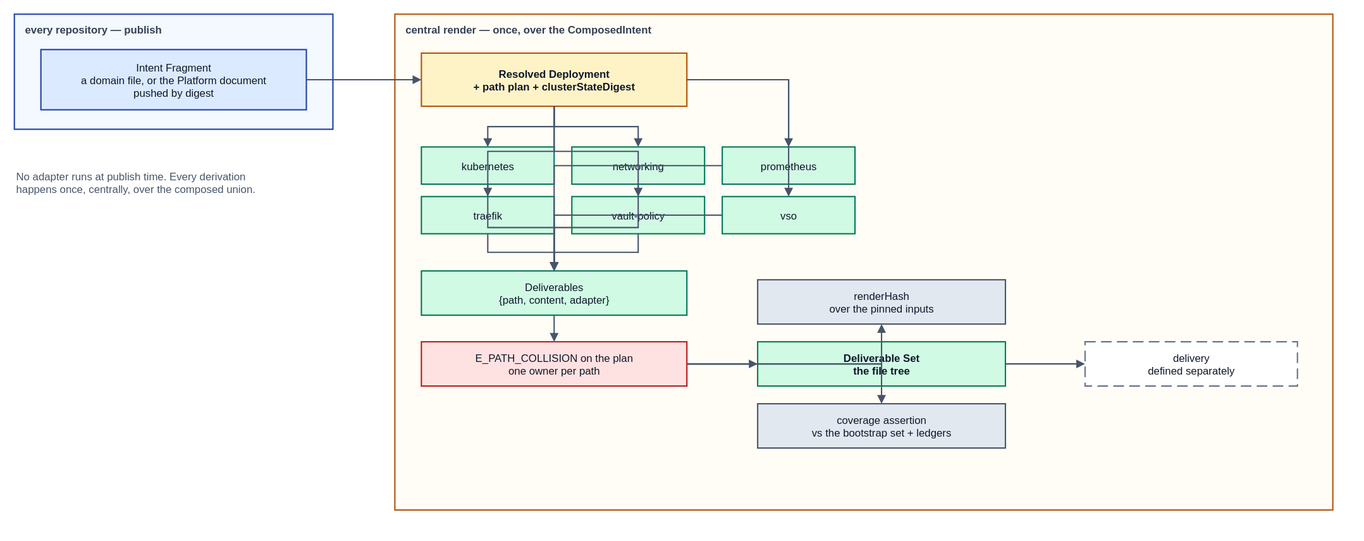
The draw.io diagram spec/v1/diagrams/30-render-pipeline.drawio.svg in JorisJonkers-dev/deploy-kit, before a commit. Source tidied: cells renumbered, new cells last; positions are measured from the earlier drawing's top-left corner, leaving out a move shared by most shapes.
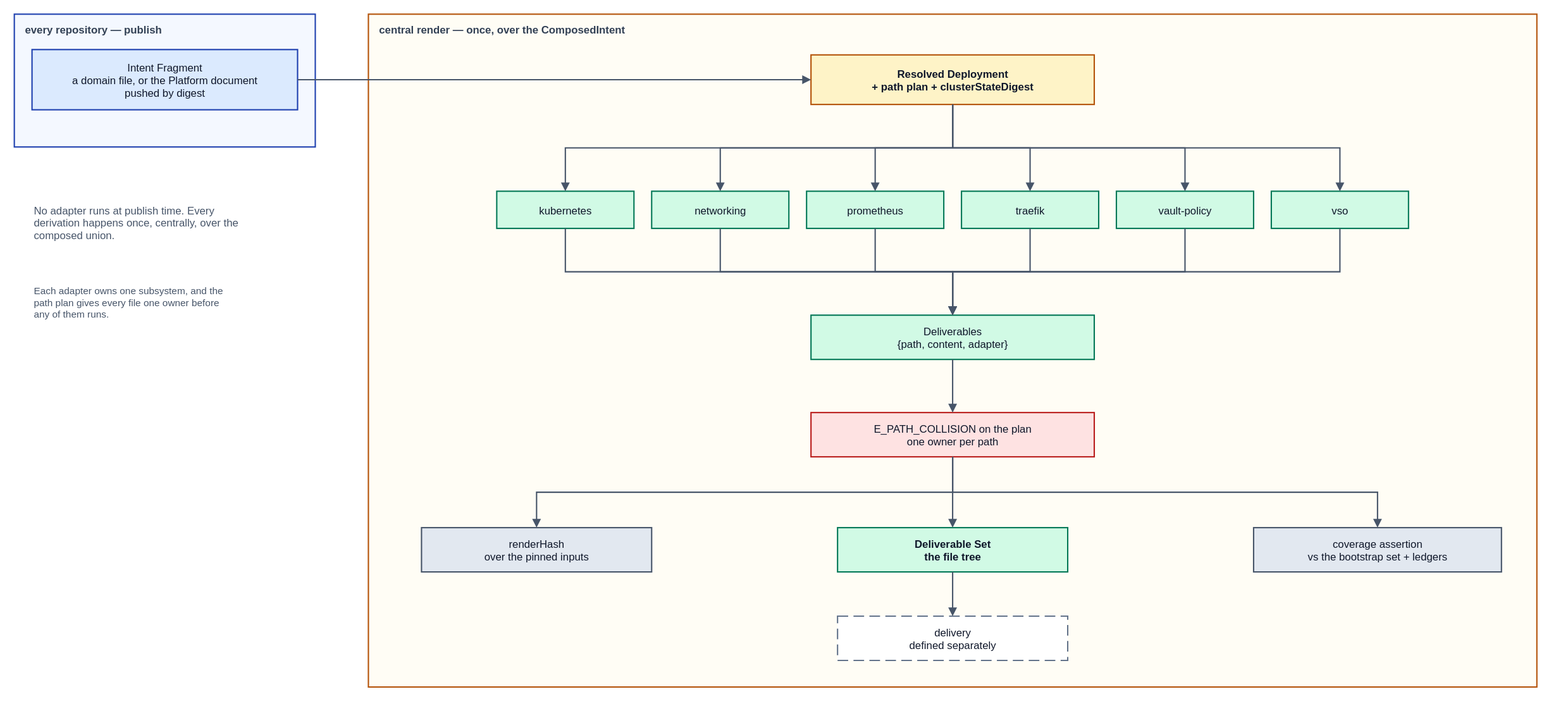
The same file after the commit.

The edit, as a diff of the source:
```diff
@@ -3,109 +3,112 @@
     <mxCell id="0" />
     <mxCell id="1" parent="0" />
     <mxCell id="2" value="every repository  —  publish" style="rounded=0;whiteSpace=nowrap;html=0;fillColor=#f4f8ff;strokeColor=#1e40af;strokeWidth=1.5;verticalAlign=top;align=left;spacingLeft=10;spacingTop=4;fontStyle=1;fontSize=12;fontFamily=Helvetica;fontColor=#334155;" parent="1" vertex="1">
-      <mxGeometry width="360" height="130" as="geometry" />
+      <mxGeometry width="340" height="150" as="geometry" />
     </mxCell>
+    <mxCell id="4" value="central render  —  once, over the ComposedIntent" style="rounded=0;whiteSpace=nowrap;html=0;fillColor=#fffdf5;strokeColor=#b45309;strokeWidth=1.5;verticalAlign=top;align=left;spacingLeft=10;spacingTop=4;fontStyle=1;fontSize=12;fontFamily=Helvetica;fontColor=#334155;" parent="1" vertex="1">
+      <mxGeometry x="400" width="1320" height="760" as="geometry" />
+    </mxCell>
     <mxCell id="3" value="Intent Fragment&#10;a domain file, or the Platform document&#10;pushed by digest" style="rounded=0;whiteSpace=nowrap;html=0;align=center;verticalAlign=middle;fillColor=#dbeafe;strokeColor=#1e40af;strokeWidth=1.5;fontFamily=Helvetica;fontSize=12;fontColor=#0f172a;" parent="1" vertex="1">
-      <mxGeometry x="30" y="40" width="300" height="68" as="geometry" />
+      <mxGeometry x="20" y="40" width="300" height="68" as="geometry" />
     </mxCell>
-    <mxCell id="4" value="central render  —  once, over the ComposedIntent" style="rounded=0;whiteSpace=nowrap;html=0;fillColor=#fffdf5;strokeColor=#b45309;strokeWidth=1.5;verticalAlign=top;align=left;spacingLeft=10;spacingTop=4;fontStyle=1;fontSize=12;fontFamily=Helvetica;fontColor=#334155;" parent="1" vertex="1">
-      <mxGeometry x="430" width="1060" height="560" as="geometry" />
-    </mxCell>
     <mxCell id="5" value="Resolved Deployment&#10;+ path plan + clusterStateDigest" style="rounded=0;whiteSpace=nowrap;html=0;align=center;verticalAlign=middle;fillColor=#fef3c7;strokeColor=#b45309;strokeWidth=1.5;fontFamily=Helvetica;fontSize=12;fontColor=#0f172a;fontStyle=1;" parent="1" vertex="1">
-      <mxGeometry x="460" y="44" width="300" height="60" as="geometry" />
+      <mxGeometry x="900" y="46" width="320" height="56" as="geometry" />
     </mxCell>
     <mxCell id="6" value="kubernetes" style="rounded=0;whiteSpace=nowrap;html=0;align=center;verticalAlign=middle;fillColor=#d1fae5;strokeColor=#047857;strokeWidth=1.5;fontFamily=Helvetica;fontSize=12;fontColor=#0f172a;" parent="1" vertex="1">
-      <mxGeometry x="460" y="150" width="150" height="42" as="geometry" />
+      <mxGeometry x="545" y="200" width="155" height="42" as="geometry" />
     </mxCell>
     <mxCell id="7" value="networking" style="rounded=0;whiteSpace=nowrap;html=0;align=center;verticalAlign=middle;fillColor=#d1fae5;strokeColor=#047857;strokeWidth=1.5;fontFamily=Helvetica;fontSize=12;fontColor=#0f172a;" parent="1" vertex="1">
-      <mxGeometry x="630" y="150" width="150" height="42" as="geometry" />
+      <mxGeometry x="720" y="200" width="155" height="42" as="geometry" />
     </mxCell>
     <mxCell id="8" value="prometheus" style="rounded=0;whiteSpace=nowrap;html=0;align=center;verticalAlign=middle;fillColor=#d1fae5;strokeColor=#047857;strokeWidth=1.5;fontFamily=Helvetica;fontSize=12;fontColor=#0f172a;" parent="1" vertex="1">
-      <mxGeometry x="800" y="150" width="150" height="42" as="geometry" />
+      <mxGeometry x="895" y="200" width="155" height="42" as="geometry" />
     </mxCell>
     <mxCell id="9" value="traefik" style="rounded=0;whiteSpace=nowrap;html=0;align=center;verticalAlign=middle;fillColor=#d1fae5;strokeColor=#047857;strokeWidth=1.5;fontFamily=Helvetica;fontSize=12;fontColor=#0f172a;" parent="1" vertex="1">
-      <mxGeometry x="460" y="206" width="150" height="42" as="geometry" />
+      <mxGeometry x="1070" y="200" width="155" height="42" as="geometry" />
     </mxCell>
     <mxCell id="10" value="vault-policy" style="rounded=0;whiteSpace=nowrap;html=0;align=center;verticalAlign=middle;fillColor=#d1fae5;strokeColor=#047857;strokeWidth=1.5;fontFamily=Helvetica;fontSize=12;fontColor=#0f172a;" parent="1" vertex="1">
-      <mxGeometry x="630" y="206" width="150" height="42" as="geometry" />
+      <mxGeometry x="1245" y="200" width="155" height="42" as="geometry" />
     </mxCell>
     <mxCell id="11" value="vso" style="rounded=0;whiteSpace=nowrap;html=0;align=center;verticalAlign=middle;fillColor=#d1fae5;strokeColor=#047857;strokeWidth=1.5;fontFamily=Helvetica;fontSize=12;fontColor=#0f172a;" parent="1" vertex="1">
-      <mxGeometry x="800" y="206" width="150" height="42" as="geometry" />
+      <mxGeometry x="1420" y="200" width="155" height="42" as="geometry" />
     </mxCell>
     <mxCell id="12" value="Deliverables&#10;{path, content, adapter}" style="rounded=0;whiteSpace=nowrap;html=0;align=center;verticalAlign=middle;fillColor=#d1fae5;strokeColor=#047857;strokeWidth=1.5;fontFamily=Helvetica;fontSize=12;fontColor=#0f172a;" parent="1" vertex="1">
-      <mxGeometry x="460" y="290" width="300" height="50" as="geometry" />
+      <mxGeometry x="900" y="340" width="320" height="50" as="geometry" />
     </mxCell>
     <mxCell id="13" value="E_PATH_COLLISION on the plan&#10;one owner per path" style="rounded=0;whiteSpace=nowrap;html=0;align=center;verticalAlign=middle;fillColor=#fee2e2;strokeColor=#b91c1c;strokeWidth=1.5;fontFamily=Helvetica;fontSize=12;fontColor=#0f172a;" parent="1" vertex="1">
-      <mxGeometry x="460" y="370" width="300" height="50" as="geometry" />
+      <mxGeometry x="900" y="450" width="320" height="50" as="geometry" />
     </mxCell>
     <mxCell id="14" value="renderHash&#10;over the pinned inputs" style="rounded=0;whiteSpace=nowrap;html=0;align=center;verticalAlign=middle;fillColor=#e2e8f0;strokeColor=#475569;strokeWidth=1.5;fontFamily=Helvetica;fontSize=12;fontColor=#0f172a;" parent="1" vertex="1">
-      <mxGeometry x="840" y="300" width="280" height="50" as="geometry" />
+      <mxGeometry x="460" y="580" width="260" height="50" as="geometry" />
     </mxCell>
     <mxCell id="15" value="Deliverable Set&#10;the file tree" style="rounded=0;whiteSpace=nowrap;html=0;align=center;verticalAlign=middle;fillColor=#d1fae5;strokeColor=#047857;strokeWidth=1.5;fontFamily=Helvetica;fontSize=12;fontColor=#0f172a;fontStyle=1;" parent="1" vertex="1">
-      <mxGeometry x="840" y="370" width="280" height="50" as="geometry" />
+      <mxGeometry x="930" y="580" width="260" height="50" as="geometry" />
     </mxCell>
     <mxCell id="16" value="coverage assertion&#10;vs the bootstrap set + ledgers" style="rounded=0;whiteSpace=nowrap;html=0;align=center;verticalAlign=middle;fillColor=#e2e8f0;strokeColor=#475569;strokeWidth=1.5;fontFamily=Helvetica;fontSize=12;fontColor=#0f172a;" parent="1" vertex="1">
-      <mxGeometry x="840" y="440" width="280" height="50" as="geometry" />
+      <mxGeometry x="1400" y="580" width="280" height="50" as="geometry" />
     </mxCell>
     <mxCell id="17" value="delivery&#10;defined separately" style="rounded=0;whiteSpace=nowrap;html=0;align=center;verticalAlign=middle;fillColor=#ffffff;strokeColor=#64748b;strokeWidth=1.5;fontFamily=Helvetica;fontSize=12;fontColor=#0f172a;dashed=1;dashPattern=8 4;" parent="1" vertex="1">
-      <mxGeometry x="1210" y="370" width="240" height="50" as="geometry" />
+      <mxGeometry x="930" y="680" width="260" height="50" as="geometry" />
     </mxCell>
-    <mxCell id="18" style="edgeStyle=orthogonalEdgeStyle;rounded=0;html=0;jettySize=auto;endArrow=block;endFill=1;strokeColor=#475569;strokeWidth=1.5;fontSize=11;fontFamily=Helvetica;labelBackgroundColor=#ffffff;" parent="1" edge="1" source="3" target="5">
+    <mxCell id="18" style="edgeStyle=orthogonalEdgeStyle;rounded=0;html=0;jettySize=auto;jumpStyle=arc;jumpSize=8;endArrow=block;endFill=1;strokeColor=#475569;strokeWidth=1.5;fontSize=11;fontFamily=Helvetica;labelBackgroundColor=#ffffff;exitX=1;exitY=0.5;exitDx=0;exitDy=0;entryX=0;entryY=0.5;entryDx=0;entryDy=0;" parent="1" edge="1" source="3" target="5">
       <mxGeometry relative="1" as="geometry" />
     </mxCell>
-    <mxCell id="19" style="edgeStyle=orthogonalEdgeStyle;rounded=0;html=0;jettySize=auto;endArrow=block;endFill=1;strokeColor=#475569;strokeWidth=1.5;fontSize=11;fontFamily=Helvetica;labelBackgroundColor=#ffffff;" parent="1" edge="1" source="5" target="6">
+    <mxCell id="19" style="edgeStyle=orthogonalEdgeStyle;rounded=0;html=0;jettySize=auto;jumpStyle=arc;jumpSize=8;endArrow=block;endFill=1;strokeColor=#475569;strokeWidth=1.5;fontSize=11;fontFamily=Helvetica;labelBackgroundColor=#ffffff;exitX=0.5;exitY=1;exitDx=0;exitDy=0;entryX=0.5;entryY=0;entryDx=0;entryDy=0;" parent="1" edge="1" source="5" target="6">
       <mxGeometry relative="1" as="geometry" />
     </mxCell>
-    <mxCell id="20" style="edgeStyle=orthogonalEdgeStyle;rounded=0;html=0;jettySize=auto;endArrow=block;endFill=1;strokeColor=#475569;strokeWidth=1.5;fontSize=11;fontFamily=Helvetica;labelBackgroundColor=#ffffff;" parent="1" edge="1" source="5" target="7">
+    <mxCell id="20" style="edgeStyle=orthogonalEdgeStyle;rounded=0;html=0;jettySize=auto;jumpStyle=arc;jumpSize=8;endArrow=block;endFill=1;strokeColor=#475569;strokeWidth=1.5;fontSize=11;fontFamily=Helvetica;labelBackgroundColor=#ffffff;exitX=0.5;exitY=1;exitDx=0;exitDy=0;entryX=0.5;entryY=0;entryDx=0;entryDy=0;" parent="1" edge="1" source="6" target="12">
       <mxGeometry relative="1" as="geometry" />
     </mxCell>
-    <mxCell id="21" style="edgeStyle=orthogonalEdgeStyle;rounded=0;html=0;jettySize=auto;endArrow=block;endFill=1;strokeColor=#475569;strokeWidth=1.5;fontSize=11;fontFamily=Helvetica;labelBackgroundColor=#ffffff;" parent="1" edge="1" source="5" target="8">
+    <mxCell id="21" style="edgeStyle=orthogonalEdgeStyle;rounded=0;html=0;jettySize=auto;jumpStyle=arc;jumpSize=8;endArrow=block;endFill=1;strokeColor=#475569;strokeWidth=1.5;fontSize=11;fontFamily=Helvetica;labelBackgroundColor=#ffffff;exitX=0.5;exitY=1;exitDx=0;exitDy=0;entryX=0.5;entryY=0;entryDx=0;entryDy=0;" parent="1" edge="1" source="5" target="7">
       <mxGeometry relative="1" as="geometry" />
     </mxCell>
-    <mxCell id="22" style="edgeStyle=orthogonalEdgeStyle;rounded=0;html=0;jettySize=auto;endArrow=block;endFill=1;strokeColor=#475569;strokeWidth=1.5;fontSize=11;fontFamily=Helvetica;labelBackgroundColor=#ffffff;" parent="1" edge="1" source="5" target="9">
+    <mxCell id="22" style="edgeStyle=orthogonalEdgeStyle;rounded=0;html=0;jettySize=auto;jumpStyle=arc;jumpSize=8;endArrow=block;endFill=1;strokeColor=#475569;strokeWidth=1.5;fontSize=11;fontFamily=Helvetica;labelBackgroundColor=#ffffff;exitX=0.5;exitY=1;exitDx=0;exitDy=0;entryX=0.5;entryY=0;entryDx=0;entryDy=0;" parent="1" edge="1" source="7" target="12">
       <mxGeometry relative="1" as="geometry" />
     </mxCell>
-    <mxCell id="23" style="edgeStyle=orthogonalEdgeStyle;rounded=0;html=0;jettySize=auto;endArrow=block;endFill=1;strokeColor=#475569;strokeWidth=1.5;fontSize=11;fontFamily=Helvetica;labelBackgroundColor=#ffffff;" parent="1" edge="1" source="5" target="10">
+    <mxCell id="23" style="edgeStyle=orthogonalEdgeStyle;rounded=0;html=0;jettySize=auto;jumpStyle=arc;jumpSize=8;endArrow=block;endFill=1;strokeColor=#475569;strokeWidth=1.5;fontSize=11;fontFamily=Helvetica;labelBackgroundColor=#ffffff;exitX=0.5;exitY=1;exitDx=0;exitDy=0;entryX=0.5;entryY=0;entryDx=0;entryDy=0;" parent="1" edge="1" source="5" target="8">
       <mxGeometry relative="1" as="geometry" />
     </mxCell>
-    <mxCell id="24" style="edgeStyle=orthogonalEdgeStyle;rounded=0;html=0;jettySize=auto;endArrow=block;endFill=1;strokeColor=#475569;strokeWidth=1.5;fontSize=11;fontFamily=Helvetica;labelBackgroundColor=#ffffff;" parent="1" edge="1" source="5" target="11">
+    <mxCell id="24" style="edgeStyle=orthogonalEdgeStyle;rounded=0;html=0;jettySize=auto;jumpStyle=arc;jumpSize=8;endArrow=block;endFill=1;strokeColor=#475569;strokeWidth=1.5;fontSize=11;fontFamily=Helvetica;labelBackgroundColor=#ffffff;exitX=0.5;exitY=1;exitDx=0;exitDy=0;entryX=0.5;entryY=0;entryDx=0;entryDy=0;" parent="1" edge="1" source="8" target="12">
       <mxGeometry relative="1" as="geometry" />
     </mxCell>
-    <mxCell id="25" style="edgeStyle=orthogonalEdgeStyle;rounded=0;html=0;jettySize=auto;endArrow=block;endFill=1;strokeColor=#475569;strokeWidth=1.5;fontSize=11;fontFamily=Helvetica;labelBackgroundColor=#ffffff;" parent="1" edge="1" source="6" target="12">
+    <mxCell id="25" style="edgeStyle=orthogonalEdgeStyle;rounded=0;html=0;jettySize=auto;jumpStyle=arc;jumpSize=8;endArrow=block;endFill=1;strokeColor=#475569;strokeWidth=1.5;fontSize=11;fontFamily=Helvetica;labelBackgroundColor=#ffffff;exitX=0.5;exitY=1;exitDx=0;exitDy=0;entryX=0.5;entryY=0;entryDx=0;entryDy=0;" parent="1" edge="1" source="5" target="9">
       <mxGeometry relative="1" as="geometry" />
     </mxCell>
-    <mxCell id="26" style="edgeStyle=orthogonalEdgeStyle;rounded=0;html=0;jettySize=auto;endArrow=block;endFill=1;strokeColor=#475569;strokeWidth=1.5;fontSize=11;fontFamily=Helvetica;labelBackgroundColor=#ffffff;" parent="1" edge="1" source="7" target="12">
+    <mxCell id="26" style="edgeStyle=orthogonalEdgeStyle;rounded=0;html=0;jettySize=auto;jumpStyle=arc;jumpSize=8;endArrow=block;endFill=1;strokeColor=#475569;strokeWidth=1.5;fontSize=11;fontFamily=Helvetica;labelBackgroundColor=#ffffff;exitX=0.5;exitY=1;exitDx=0;exitDy=0;entryX=0.5;entryY=0;entryDx=0;entryDy=0;" parent="1" edge="1" source="9" target="12">
       <mxGeometry relative="1" as="geometry" />
     </mxCell>
-    <mxCell id="27" style="edgeStyle=orthogonalEdgeStyle;rounded=0;html=0;jettySize=auto;endArrow=block;endFill=1;strokeColor=#475569;strokeWidth=1.5;fontSize=11;fontFamily=Helvetica;labelBackgroundColor=#ffffff;" parent="1" edge="1" source="8" target="12">
+    <mxCell id="27" style="edgeStyle=orthogonalEdgeStyle;rounded=0;html=0;jettySize=auto;jumpStyle=arc;jumpSize=8;endArrow=block;endFill=1;strokeColor=#475569;strokeWidth=1.5;fontSize=11;fontFamily=Helvetica;labelBackgroundColor=#ffffff;exitX=0.5;exitY=1;exitDx=0;exitDy=0;entryX=0.5;entryY=0;entryDx=0;entryDy=0;" parent="1" edge="1" source="5" target="10">
       <mxGeometry relative="1" as="geometry" />
     </mxCell>
-    <mxCell id="28" style="edgeStyle=orthogonalEdgeStyle;rounded=0;html=0;jettySize=auto;endArrow=block;endFill=1;strokeColor=#475569;strokeWidth=1.5;fontSize=11;fontFamily=Helvetica;labelBackgroundColor=#ffffff;" parent="1" edge="1" source="9" target="12">
+    <mxCell id="28" style="edgeStyle=orthogonalEdgeStyle;rounded=0;html=0;jettySize=auto;jumpStyle=arc;jumpSize=8;endArrow=block;endFill=1;strokeColor=#475569;strokeWidth=1.5;fontSize=11;fontFamily=Helvetica;labelBackgroundColor=#ffffff;exitX=0.5;exitY=1;exitDx=0;exitDy=0;entryX=0.5;entryY=0;entryDx=0;entryDy=0;" parent="1" edge="1" source="10" target="12">
       <mxGeometry relative="1" as="geometry" />
     </mxCell>
-    <mxCell id="29" style="edgeStyle=orthogonalEdgeStyle;rounded=0;html=0;jettySize=auto;endArrow=block;endFill=1;strokeColor=#475569;strokeWidth=1.5;fontSize=11;fontFamily=Helvetica;labelBackgroundColor=#ffffff;" parent="1" edge="1" source="10" target="12">
+    <mxCell id="29" style="edgeStyle=orthogonalEdgeStyle;rounded=0;html=0;jettySize=auto;jumpStyle=arc;jumpSize=8;endArrow=block;endFill=1;strokeColor=#475569;strokeWidth=1.5;fontSize=11;fontFamily=Helvetica;labelBackgroundColor=#ffffff;exitX=0.5;exitY=1;exitDx=0;exitDy=0;entryX=0.5;entryY=0;entryDx=0;entryDy=0;" parent="1" edge="1" source="5" target="11">
       <mxGeometry relative="1" as="geometry" />
     </mxCell>
-    <mxCell id="30" style="edgeStyle=orthogonalEdgeStyle;rounded=0;html=0;jettySize=auto;endArrow=block;endFill=1;strokeColor=#475569;strokeWidth=1.5;fontSize=11;fontFamily=Helvetica;labelBackgroundColor=#ffffff;" parent="1" edge="1" source="11" target="12">
+    <mxCell id="30" style="edgeStyle=orthogonalEdgeStyle;rounded=0;html=0;jettySize=auto;jumpStyle=arc;jumpSize=8;endArrow=block;endFill=1;strokeColor=#475569;strokeWidth=1.5;fontSize=11;fontFamily=Helvetica;labelBackgroundColor=#ffffff;exitX=0.5;exitY=1;exitDx=0;exitDy=0;entryX=0.5;entryY=0;entryDx=0;entryDy=0;" parent="1" edge="1" source="11" target="12">
       <mxGeometry relative="1" as="geometry" />
     </mxCell>
-    <mxCell id="31" style="edgeStyle=orthogonalEdgeStyle;rounded=0;html=0;jettySize=auto;endArrow=block;endFill=1;strokeColor=#475569;strokeWidth=1.5;fontSize=11;fontFamily=Helvetica;labelBackgroundColor=#ffffff;" parent="1" edge="1" source="12" target="13">
+    <mxCell id="31" style="edgeStyle=orthogonalEdgeStyle;rounded=0;html=0;jettySize=auto;jumpStyle=arc;jumpSize=8;endArrow=block;endFill=1;strokeColor=#475569;strokeWidth=1.5;fontSize=11;fontFamily=Helvetica;labelBackgroundColor=#ffffff;exitX=0.5;exitY=1;exitDx=0;exitDy=0;entryX=0.5;entryY=0;entryDx=0;entryDy=0;" parent="1" edge="1" source="12" target="13">
       <mxGeometry relative="1" as="geometry" />
     </mxCell>
-    <mxCell id="32" style="edgeStyle=orthogonalEdgeStyle;rounded=0;html=0;jettySize=auto;endArrow=block;endFill=1;strokeColor=#475569;strokeWidth=1.5;fontSize=11;fontFamily=Helvetica;labelBackgroundColor=#ffffff;" parent="1" edge="1" source="13" target="14">
+    <mxCell id="32" style="edgeStyle=orthogonalEdgeStyle;rounded=0;html=0;jettySize=auto;jumpStyle=arc;jumpSize=8;endArrow=block;endFill=1;strokeColor=#475569;strokeWidth=1.5;fontSize=11;fontFamily=Helvetica;labelBackgroundColor=#ffffff;exitX=0.5;exitY=1;exitDx=0;exitDy=0;entryX=0.5;entryY=0;entryDx=0;entryDy=0;" parent="1" edge="1" source="13" target="14">
       <mxGeometry relative="1" as="geometry" />
     </mxCell>
-    <mxCell id="33" style="edgeStyle=orthogonalEdgeStyle;rounded=0;html=0;jettySize=auto;endArrow=block;endFill=1;strokeColor=#475569;strokeWidth=1.5;fontSize=11;fontFamily=Helvetica;labelBackgroundColor=#ffffff;" parent="1" edge="1" source="13" target="15">
+    <mxCell id="33" style="edgeStyle=orthogonalEdgeStyle;rounded=0;html=0;jettySize=auto;jumpStyle=arc;jumpSize=8;endArrow=block;endFill=1;strokeColor=#475569;strokeWidth=1.5;fontSize=11;fontFamily=Helvetica;labelBackgroundColor=#ffffff;exitX=0.5;exitY=1;exitDx=0;exitDy=0;entryX=0.5;entryY=0;entryDx=0;entryDy=0;" parent="1" edge="1" source="13" target="15">
       <mxGeometry relative="1" as="geometry" />
     </mxCell>
-    <mxCell id="34" style="edgeStyle=orthogonalEdgeStyle;rounded=0;html=0;jettySize=auto;endArrow=block;endFill=1;strokeColor=#475569;strokeWidth=1.5;fontSize=11;fontFamily=Helvetica;labelBackgroundColor=#ffffff;" parent="1" edge="1" source="13" target="16">
+    <mxCell id="34" style="edgeStyle=orthogonalEdgeStyle;rounded=0;html=0;jettySize=auto;jumpStyle=arc;jumpSize=8;endArrow=block;endFill=1;strokeColor=#475569;strokeWidth=1.5;fontSize=11;fontFamily=Helvetica;labelBackgroundColor=#ffffff;exitX=0.5;exitY=1;exitDx=0;exitDy=0;entryX=0.5;entryY=0;entryDx=0;entryDy=0;" parent="1" edge="1" source="13" target="16">
       <mxGeometry relative="1" as="geometry" />
     </mxCell>
-    <mxCell id="35" style="edgeStyle=orthogonalEdgeStyle;rounded=0;html=0;jettySize=auto;endArrow=block;endFill=1;strokeColor=#475569;strokeWidth=1.5;fontSize=11;fontFamily=Helvetica;labelBackgroundColor=#ffffff;" parent="1" edge="1" source="15" target="17">
+    <mxCell id="35" style="edgeStyle=orthogonalEdgeStyle;rounded=0;html=0;jettySize=auto;jumpStyle=arc;jumpSize=8;endArrow=block;endFill=1;strokeColor=#475569;strokeWidth=1.5;fontSize=11;fontFamily=Helvetica;labelBackgroundColor=#ffffff;exitX=0.5;exitY=1;exitDx=0;exitDy=0;entryX=0.5;entryY=0;entryDx=0;entryDy=0;" parent="1" edge="1" source="15" target="17">
       <mxGeometry relative="1" as="geometry" />
     </mxCell>
-    <mxCell id="36" value="No adapter runs at publish time. Every derivation&#10;happens once, centrally, over the composed union." style="text;html=0;strokeColor=none;fillColor=none;align=left;verticalAlign=middle;fontFamily=Helvetica;fontSize=12;fontColor=#475569;" parent="1" vertex="1">
-      <mxGeometry y="160" width="360" height="60" as="geometry" />
+    <mxCell id="36" value="No adapter runs at publish time. Every&#10;derivation happens once, centrally, over the&#10;composed union." style="text;html=0;strokeColor=none;fillColor=none;align=left;verticalAlign=middle;fontFamily=Helvetica;fontSize=12;fontColor=#475569;" parent="1" vertex="1">
+      <mxGeometry x="20" y="200" width="340" height="70" as="geometry" />
     </mxCell>
+    <mxCell id="37" value="Each adapter owns one subsystem, and the&#10;path plan gives every file one owner before&#10;any of them runs." style="text;html=0;strokeColor=none;fillColor=none;align=left;verticalAlign=middle;fontFamily=Helvetica;fontSize=11;fontColor=#475569;" parent="1" vertex="1">
+      <mxGeometry x="20" y="290" width="340" height="70" as="geometry" />
+    </mxCell>
   </root>
 </mxGraphModel>
```
